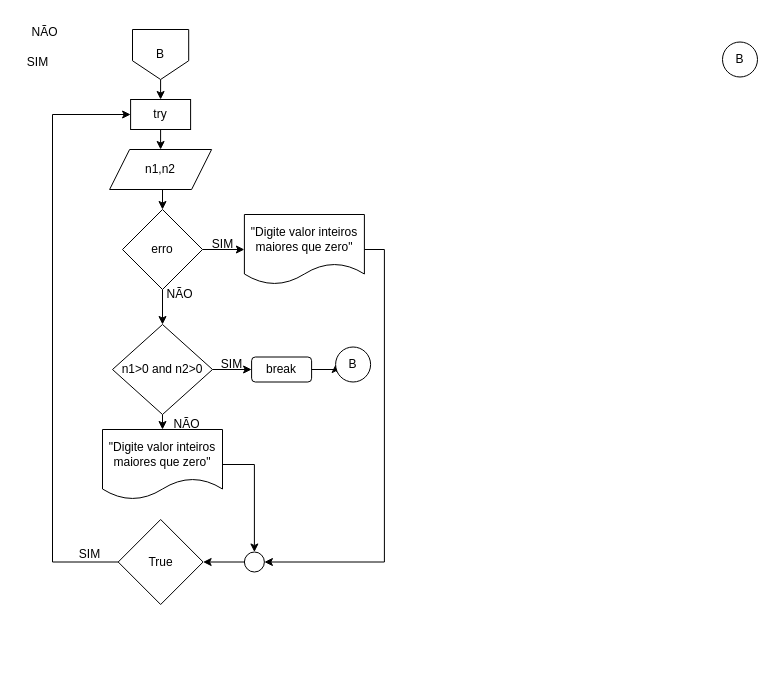
Earlier version of the draw.io diagram Part2.drawio (KauanBaiense/moving-average). Source tidied: cells renumbered, new cells numbered last; positions are measured from the earlier drawing's top-left corner, leaving out a move shared by most shapes. Both pictures are drawn from the tidied source at 100%, with x=0, y=0 at pixel (17, 17).
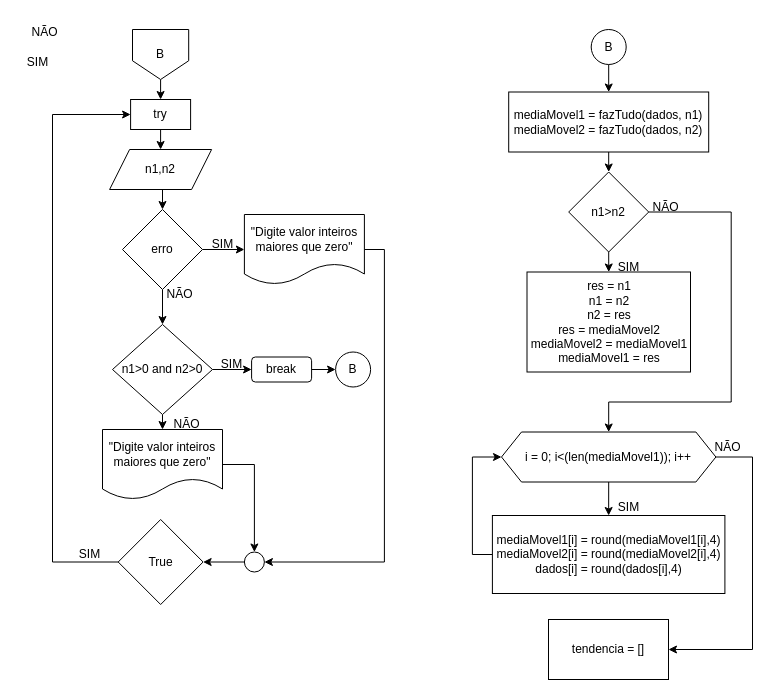
After the change.

What changed in the source:
```diff
@@
     <mxCell id="31" value="B" style="ellipse;whiteSpace=wrap;html=1;" parent="1" vertex="1">
-      <mxGeometry x="318.1" y="329.5" width="35" height="35" as="geometry" />
+      <mxGeometry x="318.1" y="334.5" width="35" height="35" as="geometry" />
     </mxCell>
+    <mxCell id="33" style="edgeStyle=orthogonalEdgeStyle;rounded=0;jettySize=auto;html=1;exitX=0.5;exitY=1;exitDx=0;exitDy=0;entryX=0.5;entryY=0;entryDx=0;entryDy=0;" parent="1" edge="1" source="32" target="35">
+      <mxGeometry relative="1" as="geometry" />
+    </mxCell>
     <mxCell id="32" value="B" style="ellipse;whiteSpace=wrap;html=1;" parent="1" vertex="1">
-      <mxGeometry x="705" y="24.5" width="35" height="35" as="geometry" />
+      <mxGeometry x="573.7" y="12" width="35" height="35" as="geometry" />
     </mxCell>
+    <mxCell id="34" style="edgeStyle=orthogonalEdgeStyle;rounded=0;jettySize=auto;html=1;exitX=0.5;exitY=1;exitDx=0;exitDy=0;entryX=0.5;entryY=0;entryDx=0;entryDy=0;" parent="1" edge="1" source="35" target="38">
+      <mxGeometry relative="1" as="geometry" />
+    </mxCell>
+    <mxCell id="35" value="mediaMovel1 = fazTudo(dados, n1) &lt;br&gt;mediaMovel2 = fazTudo(dados, n2)" style="rounded=0;whiteSpace=wrap;html=1;" parent="1" vertex="1">
+      <mxGeometry x="491.2" y="74.5" width="200" height="60" as="geometry" />
+    </mxCell>
+    <mxCell id="36" style="edgeStyle=orthogonalEdgeStyle;rounded=0;jettySize=auto;html=1;exitX=0.5;exitY=1;exitDx=0;exitDy=0;entryX=0.5;entryY=0;entryDx=0;entryDy=0;" parent="1" edge="1" source="38" target="39">
+      <mxGeometry relative="1" as="geometry" />
+    </mxCell>
+    <mxCell id="37" style="edgeStyle=orthogonalEdgeStyle;rounded=0;jettySize=auto;html=1;exitX=1;exitY=0.5;exitDx=0;exitDy=0;entryX=0.5;entryY=0;entryDx=0;entryDy=0;" parent="1" edge="1" source="38" target="43">
+      <mxGeometry relative="1" as="geometry">
+        <Array as="points">
+          <mxPoint x="713.7" y="194.5" />
+          <mxPoint x="713.7" y="384.5" />
+          <mxPoint x="591.7" y="384.5" />
+        </Array>
+      </mxGeometry>
+    </mxCell>
+    <mxCell id="38" value="n1&amp;gt;n2" style="rhombus;whiteSpace=wrap;html=1;" parent="1" vertex="1">
+      <mxGeometry x="551.2" y="154.5" width="80" height="80" as="geometry" />
+    </mxCell>
+    <mxCell id="39" value="res = n1&lt;br&gt;n1 = n2&lt;br&gt;n2 = res&lt;br&gt;res = mediaMovel2&lt;br&gt;mediaMovel2 = mediaMovel1&lt;br&gt;mediaMovel1 = res" style="rounded=0;whiteSpace=wrap;html=1;" parent="1" vertex="1">
+      <mxGeometry x="509.5" y="254.5" width="163.5" height="100" as="geometry" />
+    </mxCell>
+    <mxCell id="40" value="SIM" style="text;html=1;align=center;verticalAlign=middle;strokeColor=none;fillColor=none;" parent="1" vertex="1">
+      <mxGeometry x="591.2" y="234.5" width="40" height="30" as="geometry" />
+    </mxCell>
+    <mxCell id="41" style="edgeStyle=orthogonalEdgeStyle;rounded=0;jettySize=auto;html=1;exitX=0.5;exitY=1;exitDx=0;exitDy=0;entryX=0.5;entryY=0;entryDx=0;entryDy=0;" parent="1" edge="1" source="43" target="46">
+      <mxGeometry relative="1" as="geometry" />
+    </mxCell>
+    <mxCell id="42" style="edgeStyle=orthogonalEdgeStyle;rounded=0;jettySize=auto;html=1;exitX=1;exitY=0.5;exitDx=0;exitDy=0;entryX=1;entryY=0.5;entryDx=0;entryDy=0;" parent="1" edge="1" source="43" target="48">
+      <mxGeometry relative="1" as="geometry">
+        <Array as="points">
+          <mxPoint x="735" y="440" />
+          <mxPoint x="735" y="632" />
+        </Array>
+      </mxGeometry>
+    </mxCell>
+    <mxCell id="43" value="i = 0; i&amp;lt;(len(mediaMovel1)); i++" style="shape=hexagon;perimeter=hexagonPerimeter2;whiteSpace=wrap;html=1;fixedSize=1;" parent="1" vertex="1">
+      <mxGeometry x="484" y="414.5" width="214.4" height="50" as="geometry" />
+    </mxCell>
+    <mxCell id="44" value="NÃO" style="text;html=1;align=center;verticalAlign=middle;strokeColor=none;fillColor=none;" parent="1" vertex="1">
+      <mxGeometry x="623" y="174.5" width="50" height="30" as="geometry" />
+    </mxCell>
+    <mxCell id="45" style="edgeStyle=orthogonalEdgeStyle;rounded=0;jettySize=auto;html=1;exitX=0;exitY=0.5;exitDx=0;exitDy=0;entryX=0;entryY=0.5;entryDx=0;entryDy=0;" parent="1" edge="1" source="46" target="43">
+      <mxGeometry relative="1" as="geometry" />
+    </mxCell>
+    <mxCell id="46" value="mediaMovel1[i] = round(mediaMovel1[i],4) mediaMovel2[i] = round(mediaMovel2[i],4) dados[i] = round(dados[i],4)" style="rounded=0;whiteSpace=wrap;html=1;" parent="1" vertex="1">
+      <mxGeometry x="474.9" y="498" width="232.5" height="78" as="geometry" />
+    </mxCell>
+    <mxCell id="47" value="SIM" style="text;html=1;align=center;verticalAlign=middle;strokeColor=none;fillColor=none;" parent="1" vertex="1">
+      <mxGeometry x="591.2" y="474.5" width="40" height="30" as="geometry" />
+    </mxCell>
+    <mxCell id="48" value="tendencia = []" style="rounded=0;whiteSpace=wrap;html=1;" parent="1" vertex="1">
+      <mxGeometry x="531" y="602" width="120" height="60" as="geometry" />
+    </mxCell>
+    <mxCell id="49" value="NÃO" style="text;html=1;align=center;verticalAlign=middle;strokeColor=none;fillColor=none;" parent="1" vertex="1">
+      <mxGeometry x="685" y="414.5" width="50" height="30" as="geometry" />
+    </mxCell>
```
